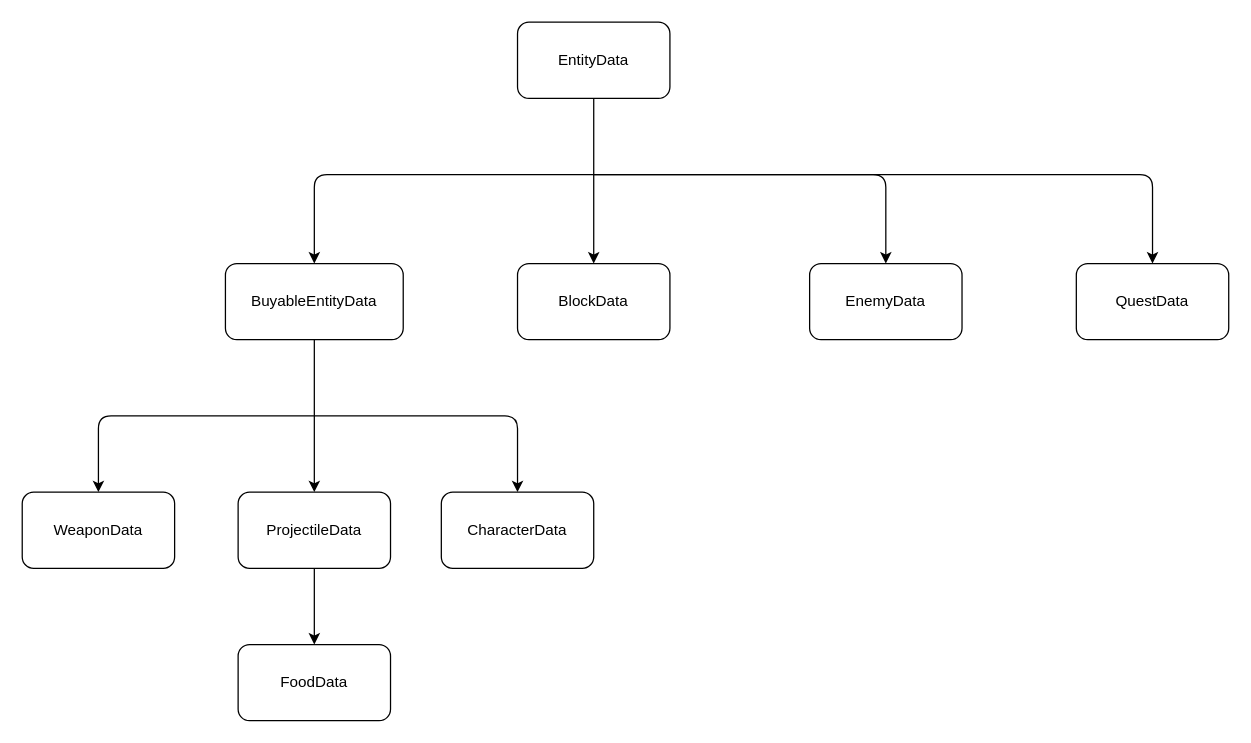
The draw.io diagram ideas.drawio in ChidemJean/CrazyEaters, before the edit. Source tidied: cells renumbered, new cells numbered last; positions are measured from the earlier drawing's top-left corner, leaving out a move shared by most shapes. Both pictures are drawn from the tidied source at 127%, with x=0, y=0 at pixel (22, 22).
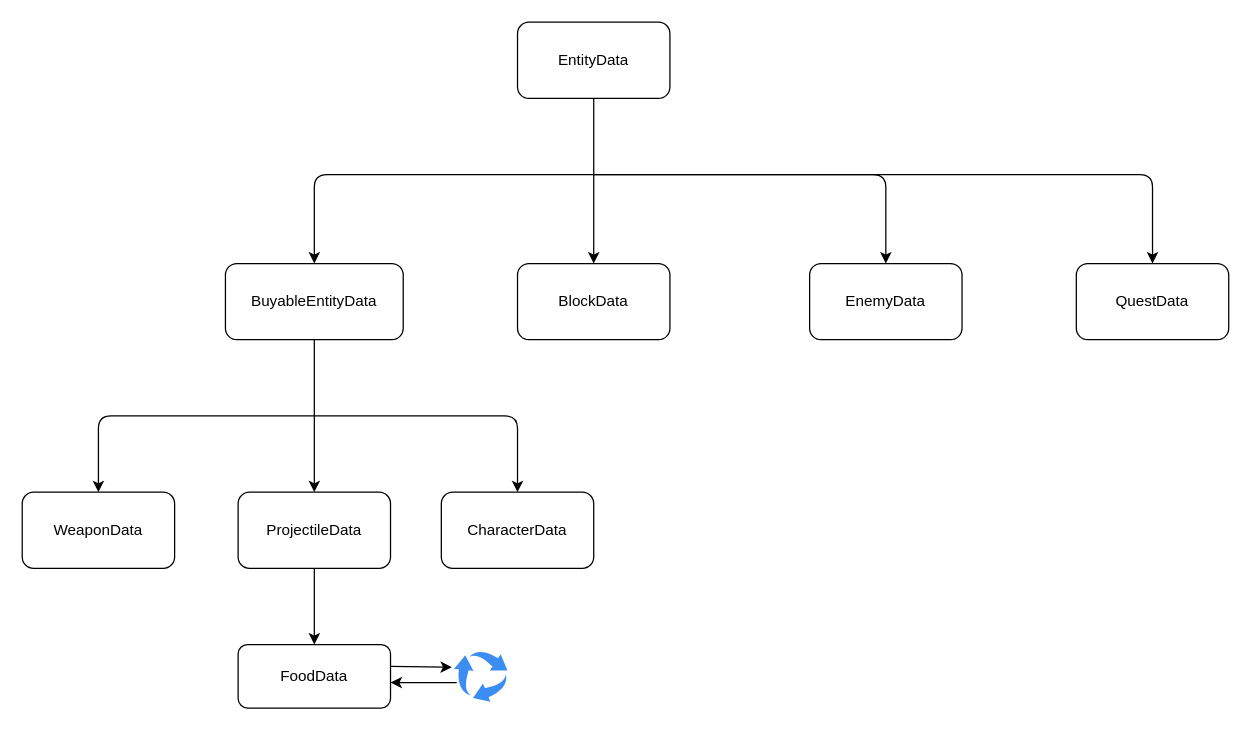
After the change.

Diff of the diagram source:
```diff
@@
+    <mxCell id="19" style="edgeStyle=none;html=1;entryX=-0.04;entryY=0.321;entryDx=0;entryDy=0;entryPerimeter=0;exitX=1.001;exitY=0.345;exitDx=0;exitDy=0;exitPerimeter=0;" parent="1" edge="1" source="12" target="21">
+      <mxGeometry relative="1" as="geometry" />
+    </mxCell>
     <mxCell id="12" value="FoodData" style="rounded=1;whiteSpace=wrap;html=1;" parent="1" vertex="1">
-      <mxGeometry x="170" y="490" width="120" height="60" as="geometry" />
+      <mxGeometry x="170" y="490" width="120" height="50" as="geometry" />
     </mxCell>
@@
-    <mxCell id="14" value="CharacterData" style="rounded=1;whiteSpace=wrap;html=1;" parent="1" vertex="1">
+    <mxCell id="14" value="CharacterData" style="rounded=1;whiteSpace=wrap;html=1;gradientColor=none;" parent="1" vertex="1">
       <mxGeometry x="330" y="370" width="120" height="60" as="geometry" />
     </mxCell>
@@
+    <mxCell id="20" style="edgeStyle=none;html=1;exitX=0.05;exitY=0.625;exitDx=0;exitDy=0;exitPerimeter=0;" parent="1" edge="1" source="21">
+      <mxGeometry relative="1" as="geometry">
+        <mxPoint x="290" y="520" as="targetPoint" />
+      </mxGeometry>
+    </mxCell>
+    <mxCell id="21" style="sketch=0;html=1;strokeColor=none;shadow=0;align=center;verticalAlign=top;fillColor=#3B8DF1;shape=mxgraph.gcp2.arrow_cycle;" parent="1" vertex="1">
+      <mxGeometry x="340" y="495" width="42.1" height="40" as="geometry" />
+    </mxCell>
```
